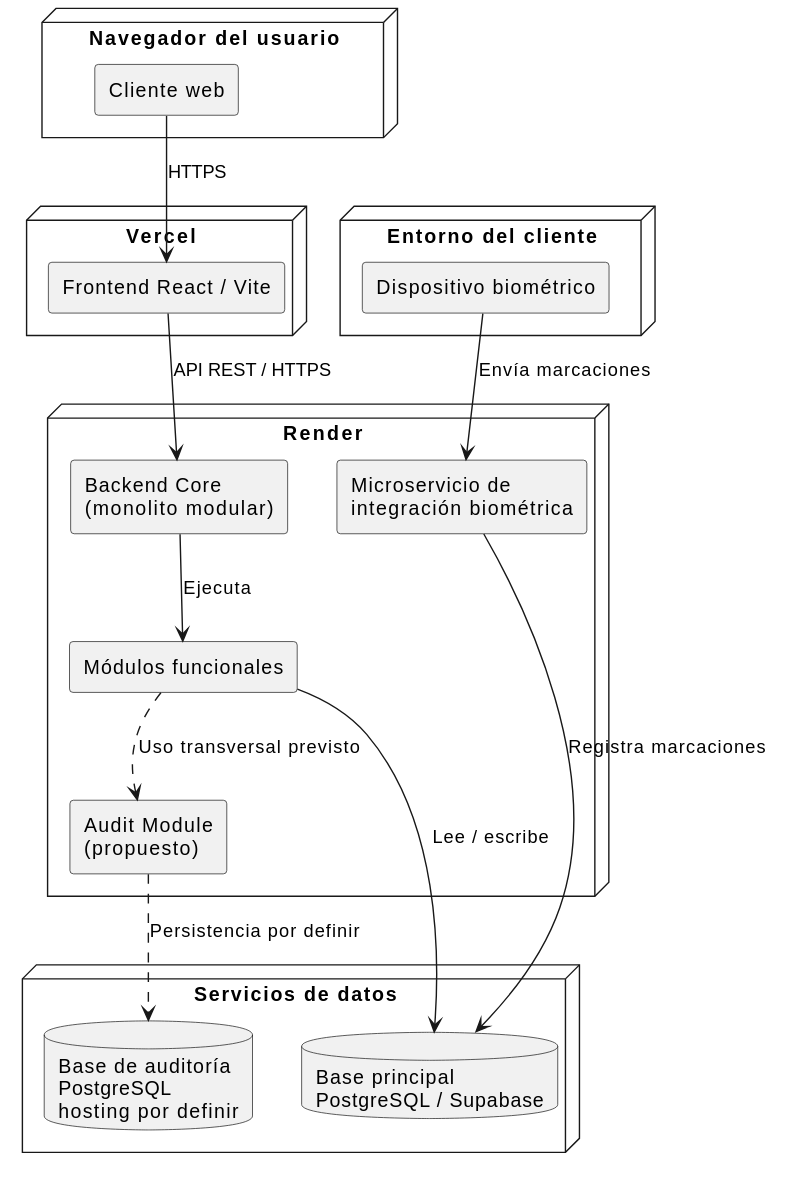
sisgal-platform/sisgal-docs keeps this PlantUML diagram as docs/diagrams/images/deployment.svg. Above is the earlier version.
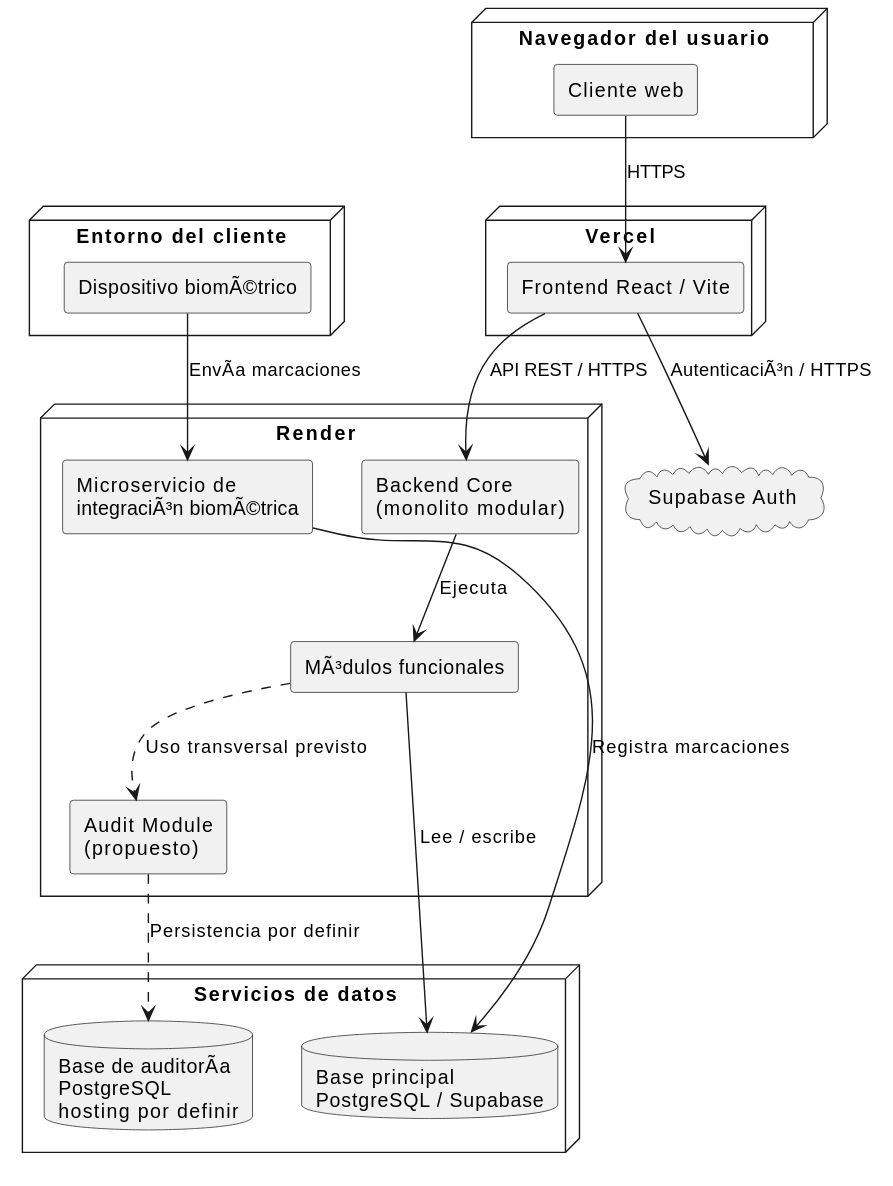
The same file after the commit.

Commit message:
docs: regenerate updated diagram SVG

The edit, as a diff of the source:
```diff
@@ -22,12 +22,15 @@
     database "Base de auditoría\nPostgreSQL\nhosting por definir" as audit_db
 }
 
+cloud "Supabase Auth" as supabase_auth
+
 node "Entorno del cliente" as device {
     component "Dispositivo biométrico" as biometric
 }
 
 client --> frontend : HTTPS
 frontend --> core : API REST / HTTPS
+frontend --> supabase_auth : Autenticación / HTTPS
 core --> modules : Ejecuta
 modules --> primary_db : Lee / escribe
 biometric --> integration : Envía marcaciones
```
